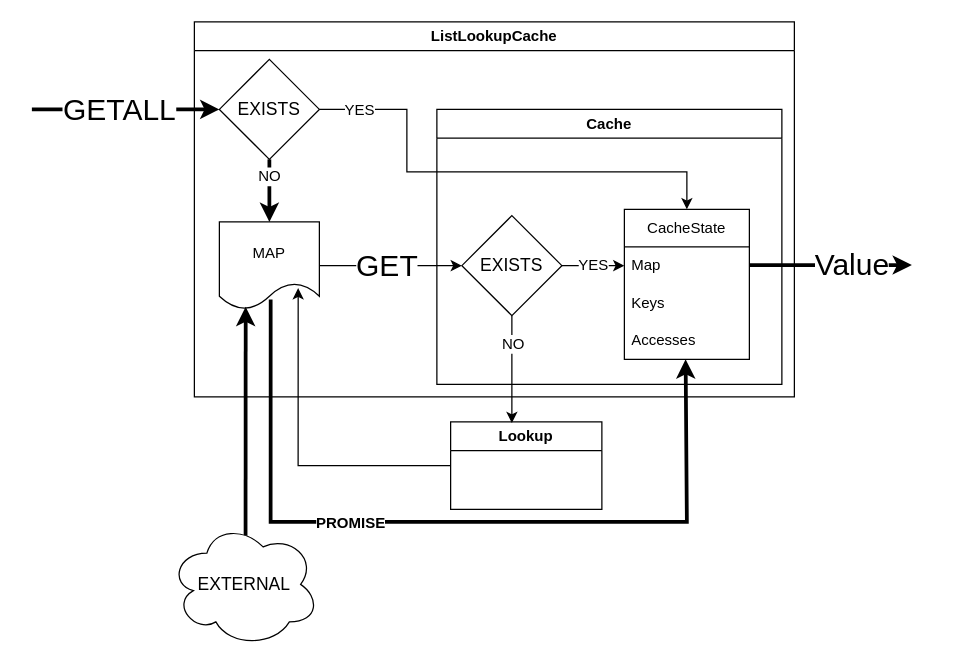
The draw.io diagram assets/images/2023/12/cache_composition.drawio in stevenrskelton/stevenrskelton.github.io, before the edit. Source tidied: cells renumbered, new cells numbered last; positions are measured from the earlier drawing's top-left corner, leaving out a move shared by most shapes. Both pictures are drawn from the tidied source at 125%, with x=0, y=0 at pixel (31, 21).
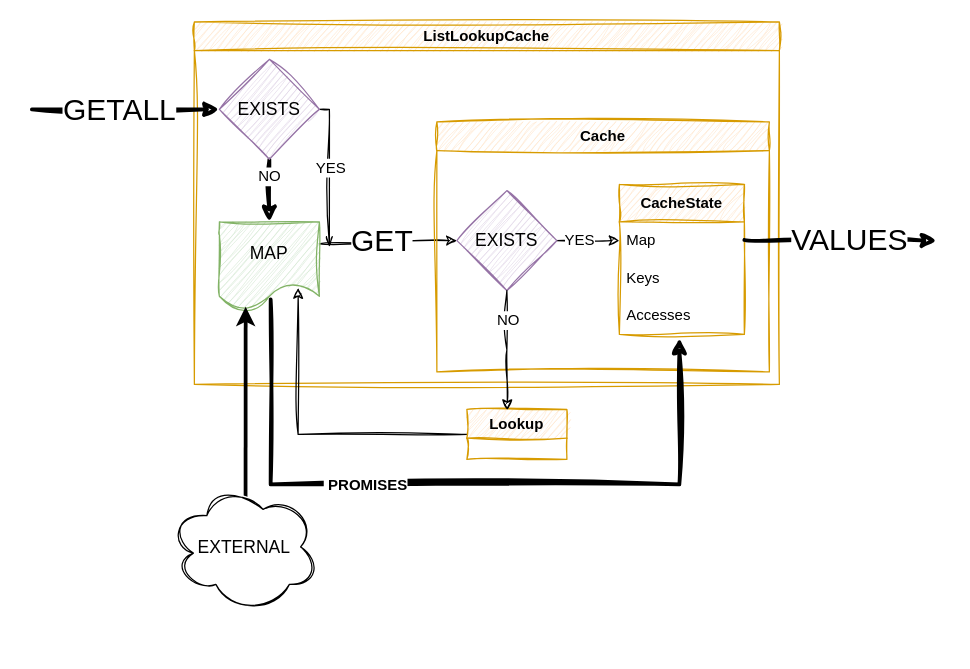
After the change.

Unchanged cells that the change refers to:
```xml
<mxCell id="14" value="Map" style="text;strokeColor=none;fillColor=none;align=left;verticalAlign=middle;spacingLeft=4;spacingRight=4;overflow=hidden;points=[[0,0.5],[1,0.5]];portConstraint=eastwest;whiteSpace=wrap;html=1;" parent="13" vertex="1">
  <mxGeometry y="30" width="100" height="30" as="geometry" />
</mxCell>
<mxCell id="16" value="Accesses" style="text;strokeColor=none;fillColor=none;align=left;verticalAlign=middle;spacingLeft=4;spacingRight=4;overflow=hidden;points=[[0,0.5],[1,0.5]];portConstraint=eastwest;whiteSpace=wrap;html=1;" parent="13" vertex="1">
  <mxGeometry y="90" width="100" height="30" as="geometry" />
</mxCell>
```

The edit, as a diff of the source:
```diff
@@
-    <mxCell id="2" value="ListLookupCache" style="swimlane;whiteSpace=wrap;html=1;" parent="1" vertex="1">
-      <mxGeometry x="130" width="480" height="300" as="geometry" />
+    <mxCell id="2" value="ListLookupCache" style="swimlane;whiteSpace=wrap;html=1;fillColor=#ffe6cc;strokeColor=#d79b00;sketch=1;curveFitting=1;jiggle=2;" parent="1" vertex="1">
+      <mxGeometry x="130" width="468" height="290" as="geometry" />
     </mxCell>
-    <mxCell id="3" style="edgeStyle=orthogonalEdgeStyle;rounded=0;jettySize=auto;html=1;entryX=0;entryY=0.5;entryDx=0;entryDy=0;strokeWidth=3;" parent="2" edge="1" target="10">
+    <mxCell id="3" style="edgeStyle=orthogonalEdgeStyle;rounded=0;jettySize=auto;html=1;entryX=0;entryY=0.5;entryDx=0;entryDy=0;strokeWidth=3;sketch=1;curveFitting=1;jiggle=2;" parent="2" edge="1" target="10">
       <mxGeometry relative="1" as="geometry">
         <mxPoint x="-130" y="70" as="sourcePoint" />
         <Array as="points">
           <mxPoint x="-130" y="70" />
         </Array>
       </mxGeometry>
     </mxCell>
@@
-    <mxCell id="5" style="edgeStyle=orthogonalEdgeStyle;rounded=0;jettySize=auto;html=1;entryX=0;entryY=0.5;entryDx=0;entryDy=0;exitX=1;exitY=0.5;exitDx=0;exitDy=0;" parent="2" edge="1" source="11" target="18">
+    <mxCell id="5" style="edgeStyle=orthogonalEdgeStyle;rounded=0;jettySize=auto;html=1;entryX=0;entryY=0.5;entryDx=0;entryDy=0;exitX=1;exitY=0.25;exitDx=0;exitDy=0;sketch=1;curveFitting=1;jiggle=2;" parent="2" edge="1" source="11" target="18">
       <mxGeometry relative="1" as="geometry" />
     </mxCell>
@@
-    <mxCell id="7" value="NO" style="edgeStyle=orthogonalEdgeStyle;rounded=0;jettySize=auto;html=1;exitX=0.5;exitY=1;exitDx=0;exitDy=0;entryX=0.5;entryY=0;entryDx=0;entryDy=0;strokeWidth=3;fontSize=12;" parent="2" edge="1" source="10" target="11">
+    <mxCell id="7" value="NO" style="edgeStyle=orthogonalEdgeStyle;rounded=0;jettySize=auto;html=1;exitX=0.5;exitY=1;exitDx=0;exitDy=0;entryX=0.5;entryY=0;entryDx=0;entryDy=0;strokeWidth=3;fontSize=12;sketch=1;curveFitting=1;jiggle=2;" parent="2" edge="1" source="10" target="11">
       <mxGeometry x="-0.43" relative="1" as="geometry" />
     </mxCell>
-    <mxCell id="8" style="edgeStyle=orthogonalEdgeStyle;rounded=0;jettySize=auto;html=1;exitX=1;exitY=0.5;exitDx=0;exitDy=0;entryX=0.5;entryY=0;entryDx=0;entryDy=0;" parent="2" edge="1" source="10" target="13">
+    <mxCell id="8" style="edgeStyle=orthogonalEdgeStyle;rounded=0;jettySize=auto;html=1;exitX=1;exitY=0.5;exitDx=0;exitDy=0;sketch=1;curveFitting=1;jiggle=2;endArrow=openThin;endFill=0;" parent="2" edge="1" source="10">
       <mxGeometry relative="1" as="geometry">
+        <mxPoint x="108" y="180" as="targetPoint" />
         <Array as="points">
-          <mxPoint x="170" y="70" />
-          <mxPoint x="170" y="120" />
-          <mxPoint x="394" y="120" />
+          <mxPoint x="108" y="70" />
         </Array>
       </mxGeometry>
     </mxCell>
     <mxCell id="9" value="YES" style="edgeLabel;html=1;align=center;verticalAlign=middle;fontSize=12;" parent="8" vertex="1">
       <mxGeometry x="-0.75" relative="1" as="geometry">
-        <mxPoint x="-16" as="offset" />
+        <mxPoint y="39" as="offset" />
       </mxGeometry>
     </mxCell>
-    <mxCell id="10" value="EXISTS" style="rhombus;whiteSpace=wrap;html=1;fontSize=14;" parent="2" vertex="1">
+    <mxCell id="10" value="EXISTS" style="rhombus;whiteSpace=wrap;html=1;fontSize=14;sketch=1;curveFitting=1;jiggle=2;fillColor=#e1d5e7;strokeColor=#9673a6;" parent="2" vertex="1">
       <mxGeometry x="20" y="30" width="80" height="80" as="geometry" />
     </mxCell>
-    <mxCell id="11" value="MAP" style="shape=document;whiteSpace=wrap;html=1;boundedLbl=1;" parent="2" vertex="1">
+    <mxCell id="11" value="MAP" style="shape=document;whiteSpace=wrap;html=1;boundedLbl=1;sketch=1;curveFitting=1;jiggle=2;fillColor=#d5e8d4;strokeColor=#82b366;fontSize=14;" parent="2" vertex="1">
       <mxGeometry x="20" y="160" width="80" height="70" as="geometry" />
     </mxCell>
-    <mxCell id="12" value="Cache" style="swimlane;whiteSpace=wrap;html=1;" parent="2" vertex="1">
-      <mxGeometry x="194" y="70" width="276" height="220" as="geometry" />
+    <mxCell id="12" value="Cache" style="swimlane;whiteSpace=wrap;html=1;fillColor=#ffe6cc;strokeColor=#d79b00;sketch=1;curveFitting=1;jiggle=2;" parent="2" vertex="1">
+      <mxGeometry x="194" y="80" width="266" height="200" as="geometry" />
     </mxCell>
-    <mxCell id="13" value="CacheState" style="swimlane;fontStyle=0;horizontal=1;startSize=30;whiteSpace=wrap;html=1;" parent="12" vertex="1">
-      <mxGeometry x="150" y="80" width="100" height="120" as="geometry" />
+    <mxCell id="13" value="CacheState" style="swimlane;fontStyle=1;horizontal=1;startSize=30;whiteSpace=wrap;html=1;fillColor=#ffe6cc;strokeColor=#d79b00;sketch=1;curveFitting=1;jiggle=2;" parent="12" vertex="1">
+      <mxGeometry x="146" y="50" width="100" height="120" as="geometry" />
     </mxCell>
@@
-    <mxCell id="17" value="YES" style="edgeStyle=orthogonalEdgeStyle;rounded=0;jettySize=auto;html=1;entryX=0;entryY=0.5;entryDx=0;entryDy=0;fontSize=12;" parent="12" edge="1" source="18" target="14">
-      <mxGeometry relative="1" as="geometry" />
+    <mxCell id="17" value="YES" style="edgeStyle=orthogonalEdgeStyle;rounded=0;jettySize=auto;html=1;entryX=0;entryY=0.5;entryDx=0;entryDy=0;fontSize=12;sketch=1;curveFitting=1;jiggle=2;" parent="12" edge="1" source="18" target="14">
+      <mxGeometry x="-0.28" relative="1" as="geometry" />
     </mxCell>
-    <mxCell id="18" value="EXISTS" style="rhombus;whiteSpace=wrap;html=1;fontSize=14;" parent="12" vertex="1">
-      <mxGeometry x="20" y="85" width="80" height="80" as="geometry" />
+    <mxCell id="18" value="EXISTS" style="rhombus;whiteSpace=wrap;html=1;fontSize=14;sketch=1;curveFitting=1;jiggle=2;fillColor=#e1d5e7;strokeColor=#9673a6;" parent="12" vertex="1">
+      <mxGeometry x="16" y="55" width="80" height="80" as="geometry" />
     </mxCell>
-    <mxCell id="19" style="edgeStyle=orthogonalEdgeStyle;rounded=0;orthogonalLoop=1;jettySize=auto;html=1;strokeWidth=3;" parent="12" edge="1">
+    <mxCell id="19" style="edgeStyle=orthogonalEdgeStyle;rounded=0;orthogonalLoop=1;jettySize=auto;html=1;strokeWidth=3;sketch=1;curveFitting=1;jiggle=2;" parent="12" edge="1">
       <mxGeometry relative="1" as="geometry">
-        <mxPoint x="250" y="124.5" as="sourcePoint" />
-        <mxPoint x="380" y="124.5" as="targetPoint" />
+        <mxPoint x="246" y="94.5" as="sourcePoint" />
+        <mxPoint x="400" y="95" as="targetPoint" />
         <Array as="points">
-          <mxPoint x="310" y="124.5" />
+          <mxPoint x="306" y="94.5" />
         </Array>
       </mxGeometry>
     </mxCell>
-    <mxCell id="20" value="Value" style="edgeLabel;html=1;align=center;verticalAlign=middle;fontSize=24;" parent="19" vertex="1">
+    <mxCell id="20" value="VALUES" style="edgeLabel;html=1;align=center;verticalAlign=middle;fontSize=24;" parent="19" vertex="1">
       <mxGeometry x="0.47" relative="1" as="geometry">
-        <mxPoint x="-15" as="offset" />
+        <mxPoint x="-29" as="offset" />
       </mxGeometry>
     </mxCell>
-    <mxCell id="21" style="edgeStyle=orthogonalEdgeStyle;rounded=0;jettySize=auto;html=1;entryX=0.49;entryY=1;entryDx=0;entryDy=0;exitX=0.513;exitY=0.886;exitDx=0;exitDy=0;entryPerimeter=0;exitPerimeter=0;strokeWidth=3;" parent="2" edge="1" source="11" target="16">
+    <mxCell id="21" style="edgeStyle=orthogonalEdgeStyle;rounded=0;jettySize=auto;html=1;exitX=0.513;exitY=0.886;exitDx=0;exitDy=0;exitPerimeter=0;strokeWidth=3;sketch=1;curveFitting=1;jiggle=2;entryX=0.48;entryY=1.1;entryDx=0;entryDy=0;entryPerimeter=0;" parent="2" edge="1" source="11" target="16">
       <mxGeometry relative="1" as="geometry">
         <Array as="points">
-          <mxPoint x="61" y="400" />
-          <mxPoint x="394" y="400" />
+          <mxPoint x="61" y="370" />
+          <mxPoint x="388" y="370" />
         </Array>
       </mxGeometry>
     </mxCell>
-    <mxCell id="22" value="PROMISE" style="edgeLabel;html=1;align=center;verticalAlign=middle;fontStyle=1;fontSize=12;" parent="21" vertex="1">
+    <mxCell id="22" value="&amp;nbsp;PROMISES " style="edgeLabel;html=1;align=center;verticalAlign=middle;fontStyle=1;fontSize=12;" parent="21" vertex="1">
       <mxGeometry x="-0.29" relative="1" as="geometry">
         <mxPoint x="13" as="offset" />
       </mxGeometry>
     </mxCell>
-    <mxCell id="23" style="edgeStyle=orthogonalEdgeStyle;rounded=0;jettySize=auto;html=1;exitX=0;exitY=0.5;exitDx=0;exitDy=0;entryX=0.788;entryY=0.757;entryDx=0;entryDy=0;entryPerimeter=0;" parent="1" edge="1" source="24" target="11">
+    <mxCell id="23" style="edgeStyle=orthogonalEdgeStyle;rounded=0;jettySize=auto;html=1;exitX=0;exitY=0.5;exitDx=0;exitDy=0;entryX=0.788;entryY=0.757;entryDx=0;entryDy=0;entryPerimeter=0;sketch=1;curveFitting=1;jiggle=2;" parent="1" edge="1" source="24" target="11">
       <mxGeometry relative="1" as="geometry" />
     </mxCell>
-    <mxCell id="24" value="Lookup" style="swimlane;whiteSpace=wrap;html=1;" parent="1" vertex="1">
-      <mxGeometry x="335" y="320" width="121" height="70" as="geometry" />
+    <mxCell id="24" value="Lookup" style="swimlane;whiteSpace=wrap;html=1;fillColor=#ffe6cc;strokeColor=#d79b00;sketch=1;curveFitting=1;jiggle=2;" parent="1" vertex="1">
+      <mxGeometry x="348" y="310" width="80" height="40" as="geometry" />
     </mxCell>
-    <mxCell id="25" style="edgeStyle=orthogonalEdgeStyle;rounded=0;jettySize=auto;html=1;entryX=0.405;entryY=0.014;entryDx=0;entryDy=0;entryPerimeter=0;exitX=0.5;exitY=1;exitDx=0;exitDy=0;" parent="1" edge="1" source="18" target="24">
+    <mxCell id="25" style="edgeStyle=orthogonalEdgeStyle;rounded=0;jettySize=auto;html=1;entryX=0.405;entryY=0.014;entryDx=0;entryDy=0;entryPerimeter=0;exitX=0.5;exitY=1;exitDx=0;exitDy=0;sketch=1;curveFitting=1;jiggle=2;" parent="1" edge="1" source="18" target="24">
       <mxGeometry relative="1" as="geometry" />
     </mxCell>
@@
-    <mxCell id="28" value="EXTERNAL" style="ellipse;shape=cloud;whiteSpace=wrap;html=1;fontSize=14;" parent="1" vertex="1">
-      <mxGeometry x="110" y="400" width="120" height="100" as="geometry" />
+    <mxCell id="28" value="EXTERNAL" style="ellipse;shape=cloud;whiteSpace=wrap;html=1;fontSize=14;sketch=1;curveFitting=1;jiggle=2;" parent="1" vertex="1">
+      <mxGeometry x="110" y="370" width="120" height="100" as="geometry" />
     </mxCell>
```
